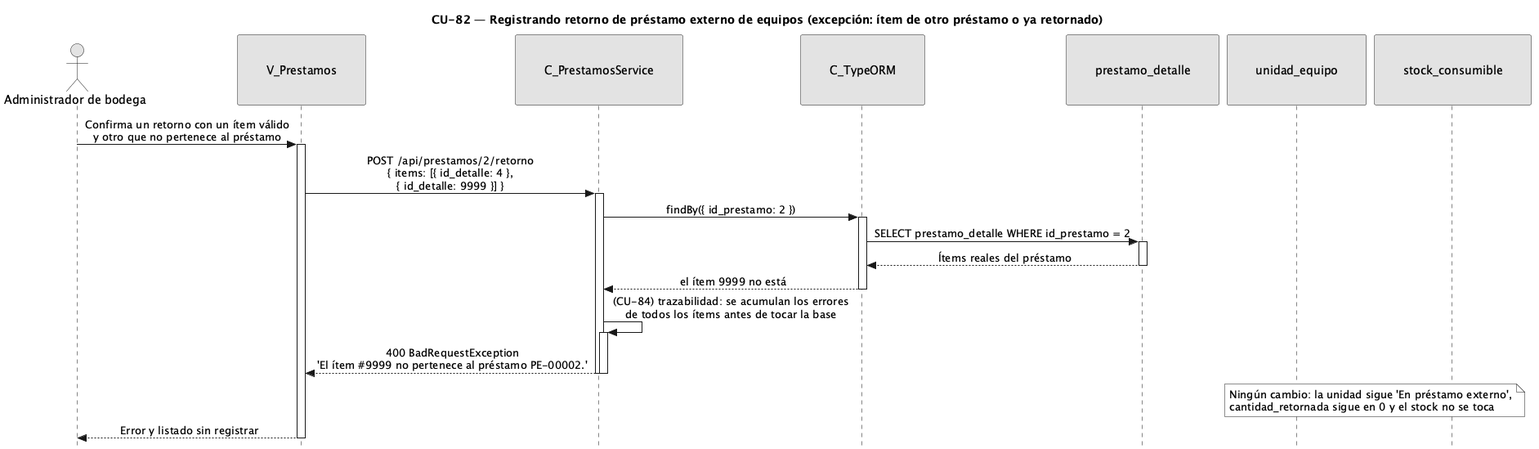
This is diagramas/diagramas-secuencia/CU82/CU82-exc-item-invalido.png from FSM-Finet-y-Cable-Magico/Team_1-Inventario-y-Bodega, a PlantUML export, as it was before one commit.
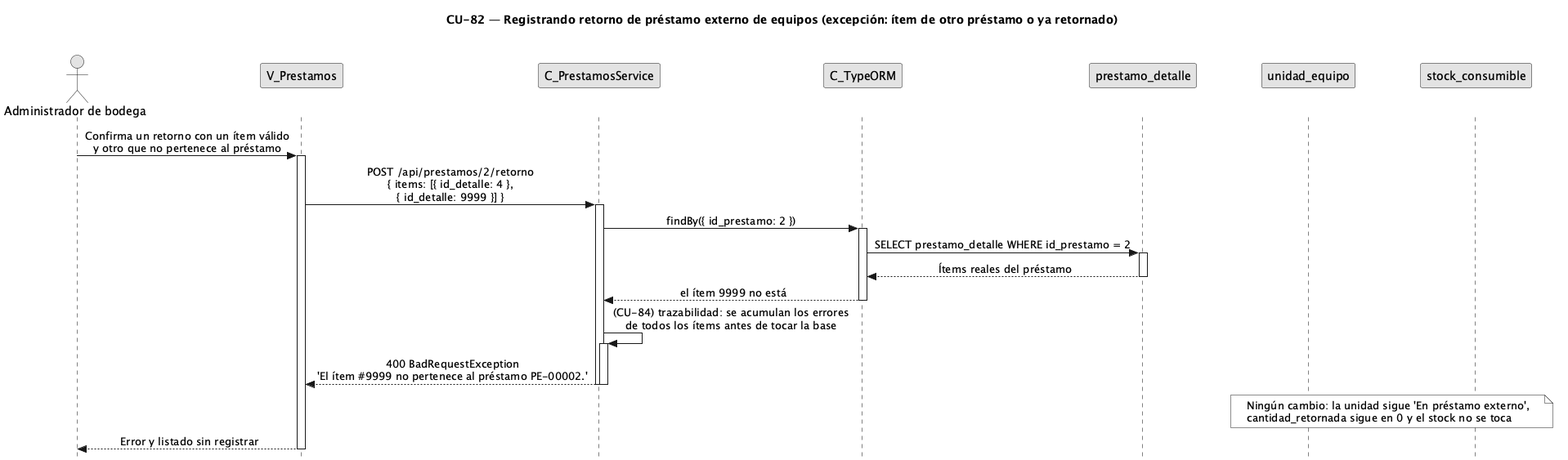
The same file after the commit.

What changed in the source:
```diff
@@ -8,10 +8,10 @@
 <style>
 sequenceDiagram {
   participant {
-    padding 35
+    margin 35
   }
   actor {
-    padding 15
+    margin 15
   }
 }
 </style>
```
